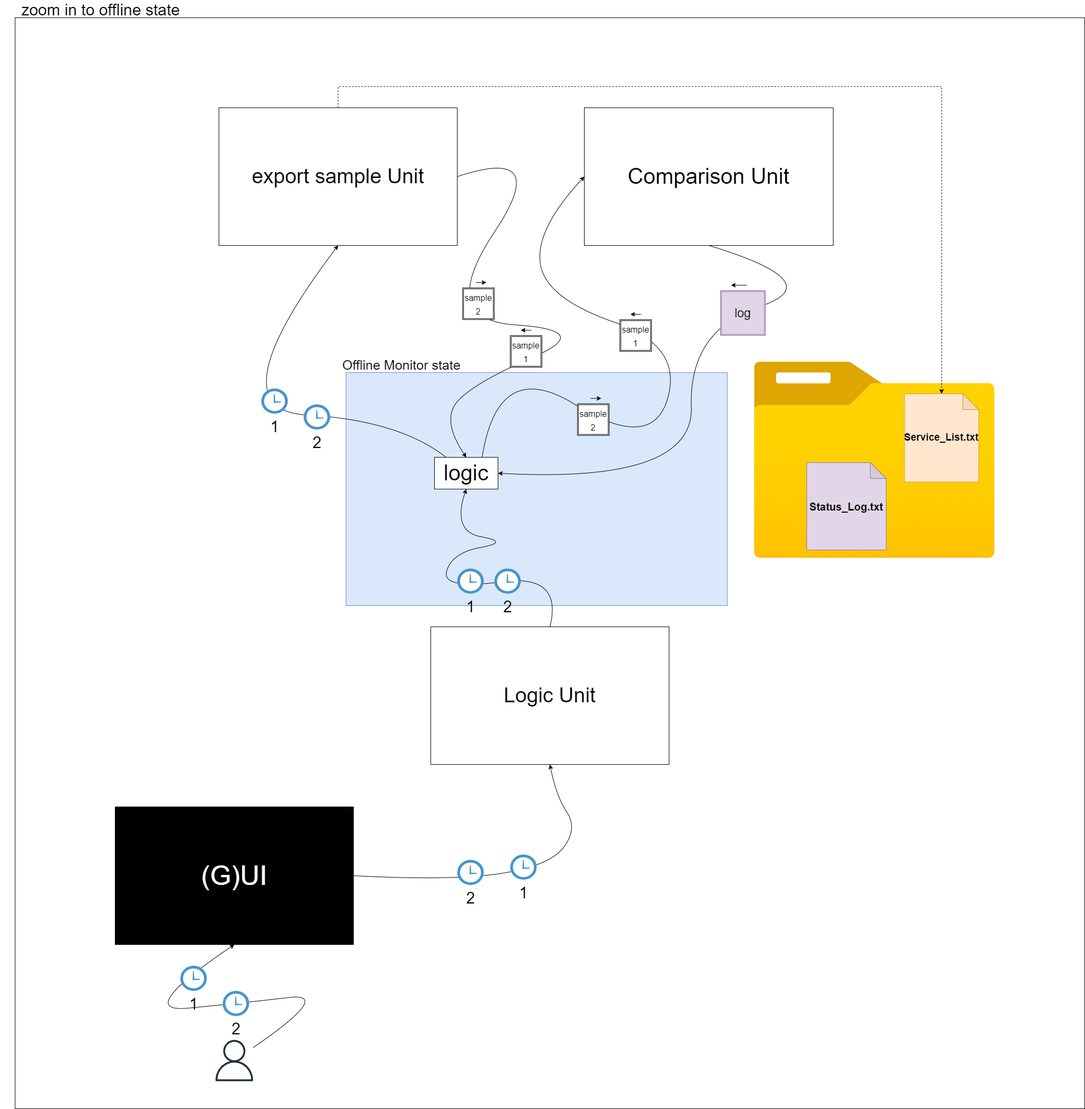
Above: system_desing/zoom in into the offline state.drawio.png in amirg00/Service-Monitor (draw.io), before the change. Source tidied: cells renumbered, new cells last; positions are measured from the earlier drawing's top-left corner, leaving out a move shared by most shapes.
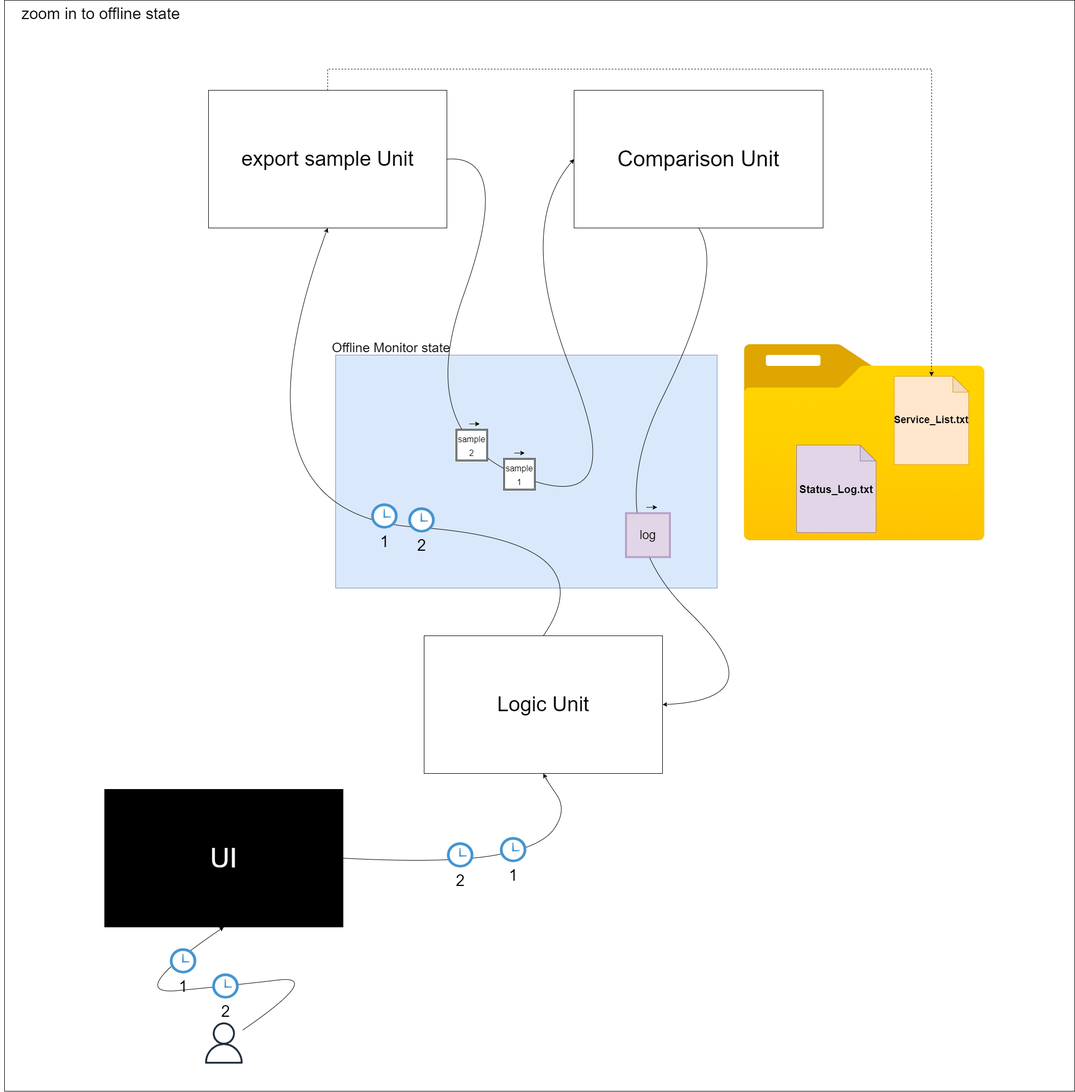
The same diagram one commit later.

Commit message:
update png of zoom in of offline state

Change to the diagram source:
```diff
@@ -34,21 +34,18 @@
         </Array>
       </mxGeometry>
     </mxCell>
-    <mxCell id="11" style="curved=1;endArrow=classic;html=1;rounded=0;fontSize=41;entryX=0.5;entryY=1;entryDx=0;entryDy=0;" parent="1" edge="1" source="12" target="4">
+    <mxCell id="11" style="curved=1;endArrow=classic;html=1;rounded=0;fontSize=41;entryX=0.5;entryY=1;entryDx=0;entryDy=0;exitX=0.5;exitY=0;exitDx=0;exitDy=0;" parent="1" edge="1" source="13" target="4">
       <mxGeometry relative="1" as="geometry">
         <Array as="points">
-          <mxPoint x="753" y="790" />
-          <mxPoint x="403" y="770" />
+          <mxPoint x="1170" y="1050" />
+          <mxPoint x="440" y="1000" />
         </Array>
       </mxGeometry>
     </mxCell>
-    <mxCell id="12" value="logic" style="rounded=0;whiteSpace=wrap;html=1;fontSize=41;" parent="1" vertex="1">
-      <mxGeometry x="820" y="860" width="120" height="60" as="geometry" />
-    </mxCell>
     <mxCell id="13" value="&lt;font style=&quot;font-size: 39px&quot;&gt;Logic Unit&lt;/font&gt;" style="rounded=0;whiteSpace=wrap;html=1;" parent="1" vertex="1">
-      <mxGeometry x="813" y="1180" width="450" height="260" as="geometry" />
+      <mxGeometry x="820" y="1230" width="450" height="260" as="geometry" />
     </mxCell>
-    <mxCell id="14" value="&lt;span&gt;&lt;font style=&quot;font-size: 51px&quot; color=&quot;#ffffff&quot;&gt;(G)UI&lt;/font&gt;&lt;/span&gt;" style="rounded=0;whiteSpace=wrap;html=1;fillColor=#000000;" parent="1" vertex="1">
+    <mxCell id="14" value="&lt;span&gt;&lt;font style=&quot;font-size: 51px&quot; color=&quot;#ffffff&quot;&gt;UI&lt;/font&gt;&lt;/span&gt;" style="rounded=0;whiteSpace=wrap;html=1;fillColor=#000000;" parent="1" vertex="1">
       <mxGeometry x="217" y="1520" width="450" height="260" as="geometry" />
     </mxCell>
     <mxCell id="15" style="sketch=0;outlineConnect=0;fontColor=#232F3E;gradientColor=none;fillColor=#232F3D;strokeColor=none;dashed=0;verticalLabelPosition=bottom;verticalAlign=top;align=center;html=1;fontSize=12;fontStyle=0;shape=mxgraph.aws4.user;" parent="1" vertex="1">
@@ -85,107 +82,60 @@
     <mxCell id="21" value="1" style="shadow=0;dashed=0;html=1;strokeColor=none;fillColor=#4495D1;labelPosition=center;verticalLabelPosition=bottom;verticalAlign=top;align=center;shape=mxgraph.veeam.time;fontSize=30;" parent="1" vertex="1">
       <mxGeometry x="963" y="1610" width="50" height="47.5" as="geometry" />
     </mxCell>
-    <mxCell id="22" style="curved=1;endArrow=classic;html=1;rounded=0;fontSize=51;entryX=0.5;entryY=1;entryDx=0;entryDy=0;exitX=0.5;exitY=0;exitDx=0;exitDy=0;" parent="1" edge="1" source="13" target="12">
-      <mxGeometry relative="1" as="geometry">
-        <Array as="points">
-          <mxPoint x="1063" y="1080" />
-          <mxPoint x="833" y="1110" />
-          <mxPoint x="853" y="1040" />
-          <mxPoint x="963" y="1020" />
-          <mxPoint x="853" y="1000" />
-        </Array>
-      </mxGeometry>
-    </mxCell>
-    <mxCell id="23" value="2" style="shadow=0;dashed=0;html=1;strokeColor=none;fillColor=#4495D1;labelPosition=center;verticalLabelPosition=bottom;verticalAlign=top;align=center;shape=mxgraph.veeam.time;fontSize=30;" parent="1" vertex="1">
-      <mxGeometry x="933" y="1070" width="50" height="47.5" as="geometry" />
-    </mxCell>
-    <mxCell id="24" value="1" style="shadow=0;dashed=0;html=1;strokeColor=none;fillColor=#4495D1;labelPosition=center;verticalLabelPosition=bottom;verticalAlign=top;align=center;shape=mxgraph.veeam.time;fontSize=30;" parent="1" vertex="1">
-      <mxGeometry x="863" y="1070" width="50" height="47.5" as="geometry" />
-    </mxCell>
     <mxCell id="25" value="2" style="shadow=0;dashed=0;html=1;strokeColor=none;fillColor=#4495D1;labelPosition=center;verticalLabelPosition=bottom;verticalAlign=top;align=center;shape=mxgraph.veeam.time;fontSize=30;" parent="1" vertex="1">
-      <mxGeometry x="573" y="760" width="50" height="47.5" as="geometry" />
+      <mxGeometry x="790" y="987.5" width="50" height="47.5" as="geometry" />
     </mxCell>
     <mxCell id="26" value="1" style="shadow=0;dashed=0;html=1;strokeColor=none;fillColor=#4495D1;labelPosition=center;verticalLabelPosition=bottom;verticalAlign=top;align=center;shape=mxgraph.veeam.time;fontSize=30;" parent="1" vertex="1">
-      <mxGeometry x="493" y="730" width="50" height="47.5" as="geometry" />
+      <mxGeometry x="720" y="980" width="50" height="47.5" as="geometry" />
     </mxCell>
     <mxCell id="27" style="endArrow=classic;html=1;rounded=0;fontSize=16;" parent="1" edge="1">
       <mxGeometry relative="1" as="geometry">
-        <mxPoint x="898" y="530" as="sourcePoint" />
-        <mxPoint x="918" y="530" as="targetPoint" />
+        <mxPoint x="905" y="830" as="sourcePoint" />
+        <mxPoint x="925" y="830" as="targetPoint" />
       </mxGeometry>
     </mxCell>
-    <mxCell id="28" style="endArrow=classic;html=1;rounded=0;fontSize=16;" parent="1" edge="1">
-      <mxGeometry relative="1" as="geometry">
-        <mxPoint x="1003" y="620" as="sourcePoint" />
-        <mxPoint x="983" y="620" as="targetPoint" />
-      </mxGeometry>
-    </mxCell>
-    <mxCell id="29" style="curved=1;endArrow=classic;html=1;rounded=0;fontSize=51;entryX=0.5;entryY=0;entryDx=0;entryDy=0;exitX=1;exitY=0.5;exitDx=0;exitDy=0;" parent="1" edge="1" source="4" target="12">
-      <mxGeometry relative="1" as="geometry">
-        <Array as="points">
-          <mxPoint x="1043" y="270" />
-          <mxPoint x="823" y="600" />
-          <mxPoint x="1123" y="620" />
-          <mxPoint x="893" y="720" />
-          <mxPoint x="833" y="790" />
-        </Array>
-      </mxGeometry>
-    </mxCell>
-    <mxCell id="30" value="&lt;span style=&quot;font-size: 16px&quot;&gt;sample 2&lt;/span&gt;" style="shape=ext;double=1;whiteSpace=wrap;html=1;fontSize=21;fontColor=#000000;fillColor=#FFFFFF;" parent="1" vertex="1">
-      <mxGeometry x="873" y="540" width="60" height="60" as="geometry" />
-    </mxCell>
-    <mxCell id="31" value="&lt;span style=&quot;font-size: 16px&quot;&gt;sample 1&lt;/span&gt;" style="shape=ext;double=1;whiteSpace=wrap;html=1;fontSize=21;fontColor=#000000;fillColor=#FFFFFF;" parent="1" vertex="1">
-      <mxGeometry x="963" y="630" width="60" height="60" as="geometry" />
-    </mxCell>
-    <mxCell id="32" style="curved=1;endArrow=classic;html=1;rounded=0;fontSize=51;exitX=0.75;exitY=0;exitDx=0;exitDy=0;entryX=0;entryY=0.5;entryDx=0;entryDy=0;" parent="1" edge="1" source="12" target="9">
-      <mxGeometry relative="1" as="geometry">
-        <Array as="points">
-          <mxPoint x="940" y="670" />
-          <mxPoint x="1230" y="850" />
-          <mxPoint x="1290" y="650" />
-          <mxPoint x="1030" y="560" />
-          <mxPoint x="1010" y="430" />
-        </Array>
-      </mxGeometry>
-    </mxCell>
-    <mxCell id="33" style="endArrow=classic;html=1;rounded=0;fontSize=16;" parent="1" edge="1">
-      <mxGeometry relative="1" as="geometry">
-        <mxPoint x="1115" y="748.8" as="sourcePoint" />
-        <mxPoint x="1135" y="748.8" as="targetPoint" />
-      </mxGeometry>
-    </mxCell>
-    <mxCell id="34" style="endArrow=classic;html=1;rounded=0;fontSize=16;" parent="1" edge="1">
-      <mxGeometry relative="1" as="geometry">
-        <mxPoint x="1210" y="590" as="sourcePoint" />
-        <mxPoint x="1190" y="590" as="targetPoint" />
-      </mxGeometry>
-    </mxCell>
-    <mxCell id="35" value="&lt;span style=&quot;font-size: 16px&quot;&gt;sample 2&lt;/span&gt;" style="shape=ext;double=1;whiteSpace=wrap;html=1;fontSize=21;fontColor=#000000;fillColor=#FFFFFF;" parent="1" vertex="1">
-      <mxGeometry x="1090" y="758.8" width="60" height="60" as="geometry" />
-    </mxCell>
-    <mxCell id="36" value="&lt;span style=&quot;font-size: 16px&quot;&gt;sample 1&lt;/span&gt;" style="shape=ext;double=1;whiteSpace=wrap;html=1;fontSize=21;fontColor=#000000;fillColor=#FFFFFF;" parent="1" vertex="1">
-      <mxGeometry x="1170" y="600" width="60" height="60" as="geometry" />
-    </mxCell>
-    <mxCell id="37" style="curved=1;endArrow=classic;html=1;rounded=0;fontSize=51;entryX=1;entryY=0.5;entryDx=0;entryDy=0;exitX=0.5;exitY=1;exitDx=0;exitDy=0;" parent="1" edge="1" source="9" target="12">
+    <mxCell id="37" style="curved=1;endArrow=classic;html=1;rounded=0;fontSize=51;entryX=1;entryY=0.5;entryDx=0;entryDy=0;exitX=0.5;exitY=1;exitDx=0;exitDy=0;" parent="1" edge="1" source="9" target="13">
       <mxGeometry relative="1" as="geometry">
         <Array as="points">
-          <mxPoint x="1570" y="530" />
-          <mxPoint x="1300" y="620" />
-          <mxPoint x="1310" y="910" />
+          <mxPoint x="1390" y="540" />
+          <mxPoint x="1150" y="1020" />
+          <mxPoint x="1490" y="1350" />
         </Array>
       </mxGeometry>
     </mxCell>
     <mxCell id="38" value="&lt;span style=&quot;font-size: 23px&quot;&gt;log&lt;/span&gt;" style="shape=ext;double=1;whiteSpace=wrap;html=1;fontSize=21;fillColor=#e1d5e7;strokeColor=#9673a6;" parent="1" vertex="1">
-      <mxGeometry x="1360" y="545" width="85" height="85" as="geometry" />
+      <mxGeometry x="1200" y="997.5" width="85" height="85" as="geometry" />
     </mxCell>
     <mxCell id="39" style="endArrow=classic;html=1;rounded=0;fontSize=16;" parent="1" edge="1">
       <mxGeometry relative="1" as="geometry">
-        <mxPoint x="1410" y="535" as="sourcePoint" />
-        <mxPoint x="1380" y="535" as="targetPoint" />
+        <mxPoint x="1240" y="987.5" as="sourcePoint" />
+        <mxPoint x="1260" y="987.5" as="targetPoint" />
       </mxGeometry>
     </mxCell>
     <mxCell id="40" value="&lt;font style=&quot;font-size: 30px&quot;&gt;zoom in to offline state&lt;/font&gt;" style="text;html=1;strokeColor=none;fillColor=none;align=center;verticalAlign=middle;whiteSpace=wrap;rounded=0;" parent="1" vertex="1">
-      <mxGeometry width="380" height="30" as="geometry" />
+      <mxGeometry x="20" y="40" width="380" height="30" as="geometry" />
     </mxCell>
+    <mxCell id="41" style="curved=1;endArrow=classic;html=1;rounded=0;exitX=1;exitY=0.5;exitDx=0;exitDy=0;entryX=0;entryY=0.5;entryDx=0;entryDy=0;" parent="1" edge="1" source="4" target="9">
+      <mxGeometry relative="1" as="geometry">
+        <Array as="points">
+          <mxPoint x="990" y="320" />
+          <mxPoint x="800" y="850" />
+          <mxPoint x="1210" y="1010" />
+          <mxPoint x="990" y="460" />
+        </Array>
+      </mxGeometry>
+    </mxCell>
+    <mxCell id="30" value="&lt;span style=&quot;font-size: 16px&quot;&gt;sample 2&lt;/span&gt;" style="shape=ext;double=1;whiteSpace=wrap;html=1;fontSize=21;fontColor=#000000;fillColor=#FFFFFF;" parent="1" vertex="1">
+      <mxGeometry x="880" y="840" width="60" height="60" as="geometry" />
+    </mxCell>
+    <mxCell id="31" value="&lt;span style=&quot;font-size: 16px&quot;&gt;sample 1&lt;/span&gt;" style="shape=ext;double=1;whiteSpace=wrap;html=1;fontSize=21;fontColor=#000000;fillColor=#FFFFFF;" parent="1" vertex="1">
+      <mxGeometry x="970" y="895" width="60" height="60" as="geometry" />
+    </mxCell>
+    <mxCell id="42" style="endArrow=classic;html=1;rounded=0;fontSize=16;" parent="1" edge="1">
+      <mxGeometry relative="1" as="geometry">
+        <mxPoint x="990" y="885" as="sourcePoint" />
+        <mxPoint x="1010" y="885" as="targetPoint" />
+      </mxGeometry>
+    </mxCell>
   </root>
 </mxGraphModel>
```
